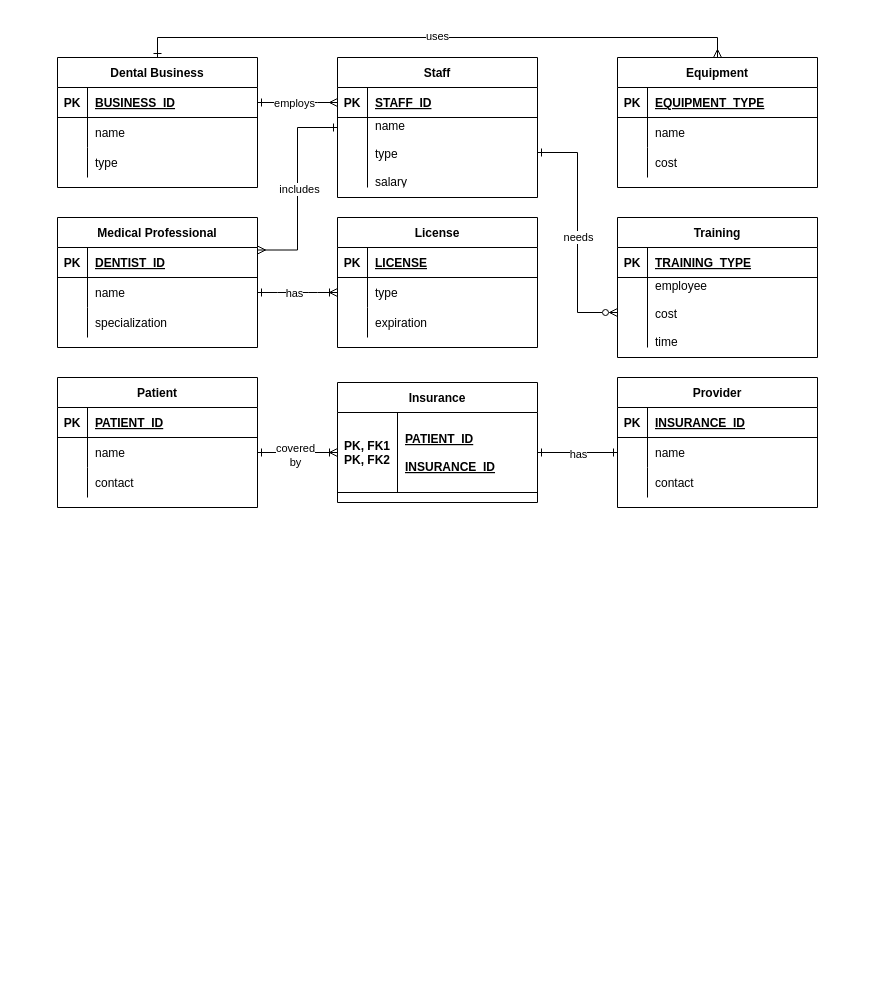
Above: hw1.drawio in khiro-ptera/cs585 (draw.io), before the change. Source tidied: cells renumbered, new cells numbered last; positions are measured from the earlier drawing's top-left corner, leaving out a move shared by most shapes. Both pictures are drawn from the tidied source at 100%, with x=0, y=0 at pixel (57, 57).
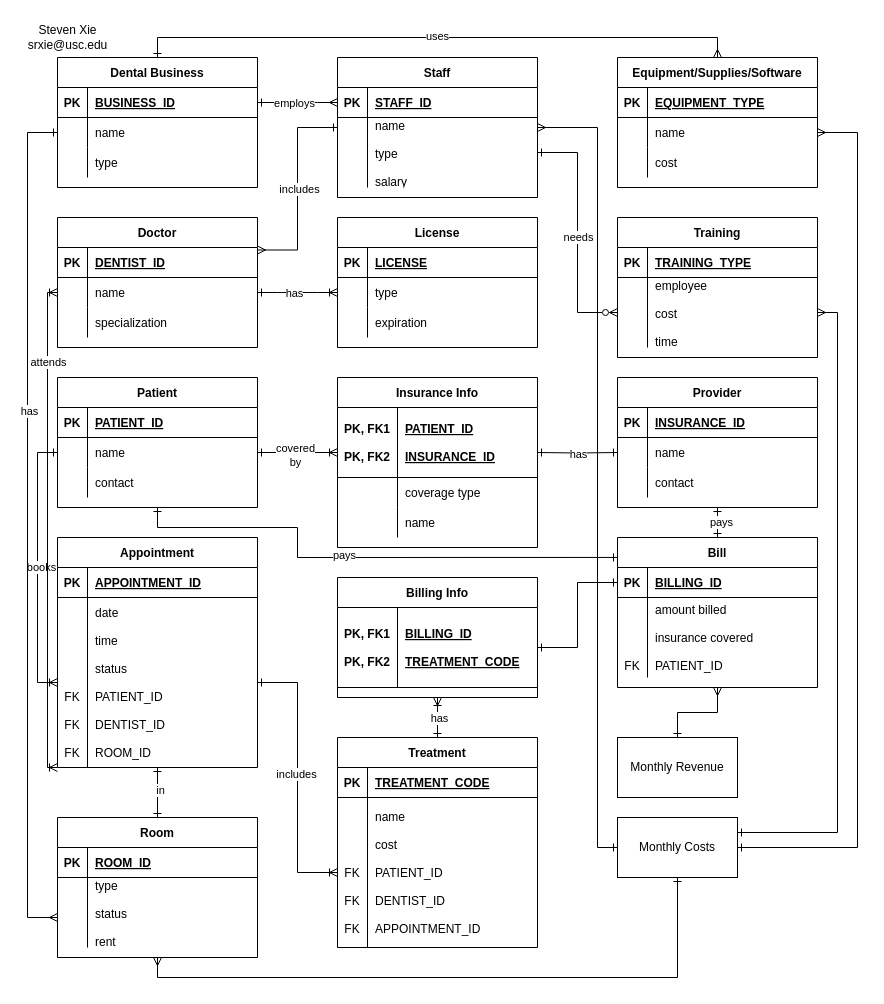
The same page after the edit.

Unchanged cells that the change refers to:
```xml
<mxCell id="8" value="Staff" style="shape=table;startSize=30;childLayout=tableLayout;rowLines=0;fontStyle=1;align=center;" parent="1" vertex="1">
  <mxGeometry x="280" width="200" height="140" as="geometry" />
</mxCell>
<mxCell id="31" style="shape=partialRectangle;fillColor=none;points=[[0,0.5],[1,0.5]];portConstraint=eastwest;top=0;left=0;right=0;bottom=0;" parent="27" vertex="1">
  <mxGeometry y="60" width="200" height="30" as="geometry" />
</mxCell>
<mxCell id="41" style="shape=partialRectangle;fillColor=none;points=[[0,0.5],[1,0.5]];portConstraint=eastwest;top=0;left=0;right=0;bottom=0;" parent="37" vertex="1">
  <mxGeometry y="60" width="200" height="30" as="geometry" />
</mxCell>
<mxCell id="52" style="shape=partialRectangle;fillColor=none;points=[[0,0.5],[1,0.5]];portConstraint=eastwest;top=0;left=0;right=0;bottom=0;" parent="48" vertex="1">
  <mxGeometry y="60" width="200" height="30" as="geometry" />
</mxCell>
<mxCell id="62" style="shape=partialRectangle;fillColor=none;points=[[0,0.5],[1,0.5]];portConstraint=eastwest;top=0;left=0;right=0;bottom=0;" parent="58" vertex="1">
  <mxGeometry y="60" width="200" height="70" as="geometry" />
</mxCell>
<mxCell id="67" value="Patient" style="shape=table;startSize=30;childLayout=tableLayout;rowLines=0;fontStyle=1;align=center;" parent="1" vertex="1">
  <mxGeometry y="320" width="200" height="130" as="geometry" />
</mxCell>
<mxCell id="71" style="shape=partialRectangle;fillColor=none;points=[[0,0.5],[1,0.5]];portConstraint=eastwest;top=0;left=0;right=0;bottom=0;" parent="67" vertex="1">
  <mxGeometry y="60" width="200" height="30" as="geometry" />
</mxCell>
<mxCell id="83" value="Provider" style="shape=table;startSize=30;childLayout=tableLayout;rowLines=0;fontStyle=1;align=center;" parent="1" vertex="1">
  <mxGeometry x="560" y="320" width="200" height="130" as="geometry" />
</mxCell>
<mxCell id="87" style="shape=partialRectangle;fillColor=none;points=[[0,0.5],[1,0.5]];portConstraint=eastwest;top=0;left=0;right=0;bottom=0;" parent="83" vertex="1">
  <mxGeometry y="60" width="200" height="30" as="geometry" />
</mxCell>
```

What changed in the source:
```diff
@@
+    <mxCell id="95" style="edgeStyle=orthogonalEdgeStyle;rounded=0;jettySize=auto;html=1;entryX=0;entryY=0.5;entryDx=0;entryDy=0;endArrow=ERone;endFill=0;startArrow=ERmany;startFill=0;" parent="1" edge="1" source="8" target="157">
+      <mxGeometry relative="1" as="geometry">
+        <Array as="points">
+          <mxPoint x="540" y="70" />
+          <mxPoint x="540" y="790" />
+        </Array>
+      </mxGeometry>
+    </mxCell>
@@
-    <mxCell id="37" value="Medical Professional" style="shape=table;startSize=30;childLayout=tableLayout;rowLines=0;fontStyle=1;align=center;" parent="1" vertex="1">
+    <mxCell id="37" value="Doctor" style="shape=table;startSize=30;childLayout=tableLayout;rowLines=0;fontStyle=1;align=center;" parent="1" vertex="1">
       <mxGeometry y="160" width="200" height="130" as="geometry" />
     </mxCell>
@@
-    <mxCell id="48" value="Equipment" style="shape=table;startSize=30;childLayout=tableLayout;rowLines=0;fontStyle=1;align=center;" parent="1" vertex="1">
+    <mxCell id="48" value="Equipment/Supplies/Software" style="shape=table;startSize=30;childLayout=tableLayout;rowLines=0;fontStyle=1;align=center;" parent="1" vertex="1">
       <mxGeometry x="560" width="200" height="130" as="geometry" />
     </mxCell>
@@
-    <mxCell id="77" value="Insurance" style="shape=table;startSize=30;childLayout=tableLayout;rowLines=0;fontStyle=1;align=center;" parent="1" vertex="1">
-      <mxGeometry x="280" y="325" width="200" height="120" as="geometry" />
-    </mxCell>
-    <mxCell id="78" style="shape=partialRectangle;fillColor=none;points=[[0,0.5],[1,0.5]];portConstraint=eastwest;top=0;left=0;right=0;bottom=1;" parent="77" vertex="1">
-      <mxGeometry y="30" width="200" height="80" as="geometry" />
-    </mxCell>
-    <mxCell id="79" value="PK, FK1&#10;PK, FK2" style="shape=partialRectangle;overflow=hidden;fillColor=none;top=0;left=0;bottom=0;right=0;fontStyle=1;" parent="78" vertex="1">
-      <mxGeometry width="60" height="80" as="geometry" />
-    </mxCell>
-    <mxCell id="80" value="PATIENT_ID&#10;&#10;INSURANCE_ID" style="shape=partialRectangle;overflow=hidden;fillColor=none;top=0;left=0;bottom=0;right=0;align=left;spacingLeft=6;fontStyle=5;" parent="78" vertex="1">
-      <mxGeometry x="60" width="140" height="80" as="geometry" />
-    </mxCell>
-    <mxCell id="81" style="edgeStyle=orthogonalEdgeStyle;rounded=0;jettySize=auto;html=1;exitX=1;exitY=0.5;exitDx=0;exitDy=0;entryX=0;entryY=0.5;entryDx=0;entryDy=0;endArrow=ERoneToMany;endFill=0;startArrow=ERone;startFill=0;" parent="1" edge="1" source="71" target="78">
-      <mxGeometry relative="1" as="geometry" />
+    <mxCell id="81" style="edgeStyle=orthogonalEdgeStyle;rounded=0;jettySize=auto;html=1;exitX=1;exitY=0.5;exitDx=0;exitDy=0;entryX=0;entryY=0.5;entryDx=0;entryDy=0;endArrow=ERoneToMany;endFill=0;startArrow=ERone;startFill=0;" parent="1" edge="1" source="71">
+      <mxGeometry relative="1" as="geometry">
+        <mxPoint x="280" y="395" as="targetPoint" />
+      </mxGeometry>
     </mxCell>
@@
-    <mxCell id="93" style="edgeStyle=orthogonalEdgeStyle;rounded=0;jettySize=auto;html=1;exitX=1;exitY=0.5;exitDx=0;exitDy=0;entryX=0;entryY=0.5;entryDx=0;entryDy=0;endArrow=ERone;endFill=0;startArrow=ERone;startFill=0;" parent="1" edge="1" source="78" target="87">
-      <mxGeometry relative="1" as="geometry" />
+    <mxCell id="93" style="edgeStyle=orthogonalEdgeStyle;rounded=0;jettySize=auto;html=1;exitX=1;exitY=0.5;exitDx=0;exitDy=0;entryX=0;entryY=0.5;entryDx=0;entryDy=0;endArrow=ERone;endFill=0;startArrow=ERone;startFill=0;" parent="1" edge="1" target="87">
+      <mxGeometry relative="1" as="geometry">
+        <mxPoint x="480" y="395" as="sourcePoint" />
+      </mxGeometry>
     </mxCell>
@@
+    <mxCell id="96" style="edgeStyle=orthogonalEdgeStyle;rounded=0;jettySize=auto;html=1;exitX=0.5;exitY=0;exitDx=0;exitDy=0;entryX=0.5;entryY=1;entryDx=0;entryDy=0;startArrow=ERone;startFill=0;endArrow=ERone;endFill=0;" parent="1" edge="1" source="101" target="83">
+      <mxGeometry relative="1" as="geometry" />
+    </mxCell>
+    <mxCell id="97" value="pays" style="edgeLabel;html=1;align=center;verticalAlign=middle;" parent="96" vertex="1">
+      <mxGeometry x="0.08" y="-3" relative="1" as="geometry" />
+    </mxCell>
+    <mxCell id="98" style="edgeStyle=orthogonalEdgeStyle;rounded=0;jettySize=auto;html=1;exitX=0;exitY=0.133;exitDx=0;exitDy=0;entryX=0.5;entryY=1;entryDx=0;entryDy=0;startArrow=ERone;startFill=0;endArrow=ERone;endFill=0;exitPerimeter=0;" parent="1" edge="1" source="101" target="67">
+      <mxGeometry relative="1" as="geometry">
+        <Array as="points">
+          <mxPoint x="240" y="500" />
+          <mxPoint x="240" y="470" />
+          <mxPoint x="100" y="470" />
+        </Array>
+      </mxGeometry>
+    </mxCell>
+    <mxCell id="99" value="pays" style="edgeLabel;html=1;align=center;verticalAlign=middle;" parent="98" vertex="1">
+      <mxGeometry x="0.07" y="-2" relative="1" as="geometry" />
+    </mxCell>
+    <mxCell id="100" style="edgeStyle=orthogonalEdgeStyle;rounded=0;jettySize=auto;html=1;exitX=0.5;exitY=1;exitDx=0;exitDy=0;entryX=0.5;entryY=0;entryDx=0;entryDy=0;endArrow=ERone;endFill=0;startArrow=ERmany;startFill=0;" parent="1" edge="1" source="101" target="156">
+      <mxGeometry relative="1" as="geometry" />
+    </mxCell>
+    <mxCell id="101" value="Bill" style="shape=table;startSize=30;childLayout=tableLayout;rowLines=0;fontStyle=1;align=center;" parent="1" vertex="1">
+      <mxGeometry x="560" y="480" width="200" height="150" as="geometry" />
+    </mxCell>
+    <mxCell id="102" style="shape=partialRectangle;fillColor=none;points=[[0,0.5],[1,0.5]];portConstraint=eastwest;top=0;left=0;right=0;bottom=1;" parent="101" vertex="1">
+      <mxGeometry y="30" width="200" height="30" as="geometry" />
+    </mxCell>
+    <mxCell id="103" value="PK" style="shape=partialRectangle;overflow=hidden;fillColor=none;top=0;left=0;bottom=0;right=0;fontStyle=1;" parent="102" vertex="1">
+      <mxGeometry width="30" height="30" as="geometry" />
+    </mxCell>
+    <mxCell id="104" value="BILLING_ID" style="shape=partialRectangle;overflow=hidden;fillColor=none;top=0;left=0;bottom=0;right=0;align=left;spacingLeft=6;fontStyle=5;" parent="102" vertex="1">
+      <mxGeometry x="30" width="170" height="30" as="geometry" />
+    </mxCell>
+    <mxCell id="105" style="shape=partialRectangle;fillColor=none;top=0;left=0;right=0;bottom=0;" parent="101" vertex="1">
+      <mxGeometry y="60" width="200" height="80" as="geometry" />
+    </mxCell>
+    <mxCell id="106" value="&#10;&#10;&#10;&#10;FK" style="shape=partialRectangle;overflow=hidden;fillColor=none;top=0;left=0;bottom=0;right=0;" parent="105" vertex="1">
+      <mxGeometry width="30" height="80" as="geometry" />
+    </mxCell>
+    <mxCell id="107" value="amount billed&#10;&#10;insurance covered&#10;&#10;PATIENT_ID" style="shape=partialRectangle;overflow=hidden;fillColor=none;top=0;left=0;bottom=0;right=0;align=left;spacingLeft=6;" parent="105" vertex="1">
+      <mxGeometry x="30" width="170" height="80" as="geometry" />
+    </mxCell>
+    <mxCell id="108" value="Billing Info" style="shape=table;startSize=30;childLayout=tableLayout;rowLines=0;fontStyle=1;align=center;" parent="1" vertex="1">
+      <mxGeometry x="280" y="520" width="200" height="120" as="geometry" />
+    </mxCell>
+    <mxCell id="78" style="shape=partialRectangle;fillColor=none;points=[[0,0.5],[1,0.5]];portConstraint=eastwest;top=0;left=0;right=0;bottom=1;" parent="108" vertex="1">
+      <mxGeometry y="30" width="200" height="80" as="geometry" />
+    </mxCell>
+    <mxCell id="109" value="PK, FK1&#10;&#10;PK, FK2" style="shape=partialRectangle;overflow=hidden;fillColor=none;top=0;left=0;bottom=0;right=0;fontStyle=1;" parent="78" vertex="1">
+      <mxGeometry width="60" height="80" as="geometry" />
+    </mxCell>
+    <mxCell id="110" value="BILLING_ID&#10;&#10;TREATMENT_CODE" style="shape=partialRectangle;overflow=hidden;fillColor=none;top=0;left=0;bottom=0;right=0;align=left;spacingLeft=6;fontStyle=5;" parent="78" vertex="1">
+      <mxGeometry x="60" width="140" height="80" as="geometry" />
+    </mxCell>
+    <mxCell id="111" style="edgeStyle=orthogonalEdgeStyle;rounded=0;jettySize=auto;html=1;exitX=1;exitY=0.5;exitDx=0;exitDy=0;endArrow=ERone;endFill=0;startArrow=ERone;startFill=0;" parent="1" edge="1" source="78" target="102">
+      <mxGeometry relative="1" as="geometry" />
+    </mxCell>
+    <mxCell id="112" style="edgeStyle=orthogonalEdgeStyle;rounded=0;jettySize=auto;html=1;entryX=0.5;entryY=0;entryDx=0;entryDy=0;endArrow=ERone;endFill=0;startArrow=ERone;startFill=0;" parent="1" edge="1" source="114" target="126">
+      <mxGeometry relative="1" as="geometry" />
+    </mxCell>
+    <mxCell id="113" value="in" style="edgeLabel;html=1;align=center;verticalAlign=middle;" parent="112" vertex="1">
+      <mxGeometry x="-0.12" y="2" relative="1" as="geometry" />
+    </mxCell>
+    <mxCell id="114" value="Appointment" style="shape=table;startSize=30;childLayout=tableLayout;rowLines=0;fontStyle=1;align=center;" parent="1" vertex="1">
+      <mxGeometry y="480" width="200" height="230" as="geometry" />
+    </mxCell>
+    <mxCell id="115" style="shape=partialRectangle;fillColor=none;top=0;left=0;right=0;bottom=1;" parent="114" vertex="1">
+      <mxGeometry y="30" width="200" height="30" as="geometry" />
+    </mxCell>
+    <mxCell id="116" value="PK" style="shape=partialRectangle;overflow=hidden;fillColor=none;top=0;left=0;bottom=0;right=0;fontStyle=1;" parent="115" vertex="1">
+      <mxGeometry width="30" height="30" as="geometry" />
+    </mxCell>
+    <mxCell id="117" value="APPOINTMENT_ID" style="shape=partialRectangle;overflow=hidden;fillColor=none;top=0;left=0;bottom=0;right=0;align=left;spacingLeft=6;fontStyle=5;" parent="115" vertex="1">
+      <mxGeometry x="30" width="170" height="30" as="geometry" />
+    </mxCell>
+    <mxCell id="118" style="shape=partialRectangle;fillColor=none;points=[[0,0.5],[1,0.5]];portConstraint=eastwest;top=0;left=0;right=0;bottom=0;" parent="114" vertex="1">
+      <mxGeometry y="60" width="200" height="170" as="geometry" />
+    </mxCell>
+    <mxCell id="119" value="&#10;&#10;&#10;&#10;&#10;&#10;FK&#10;&#10;FK&#10;&#10;FK" style="shape=partialRectangle;overflow=hidden;fillColor=none;top=0;left=0;bottom=0;right=0;" parent="118" vertex="1">
+      <mxGeometry width="30" height="170" as="geometry" />
+    </mxCell>
+    <mxCell id="120" value="date&#10;&#10;time&#10;&#10;status&#10;&#10;PATIENT_ID&#10;&#10;DENTIST_ID&#10;&#10;ROOM_ID" style="shape=partialRectangle;overflow=hidden;fillColor=none;top=0;left=0;bottom=0;right=0;align=left;spacingLeft=6;" parent="118" vertex="1">
+      <mxGeometry x="30" width="170" height="170" as="geometry" />
+    </mxCell>
+    <mxCell id="121" style="edgeStyle=orthogonalEdgeStyle;rounded=0;jettySize=auto;html=1;exitX=0;exitY=0.5;exitDx=0;exitDy=0;entryX=0;entryY=0.5;entryDx=0;entryDy=0;endArrow=ERoneToMany;endFill=0;startArrow=ERone;startFill=0;" parent="1" edge="1" source="71" target="118">
+      <mxGeometry relative="1" as="geometry" />
+    </mxCell>
+    <mxCell id="122" value="books" style="edgeLabel;html=1;align=center;verticalAlign=middle;" parent="121" vertex="1">
+      <mxGeometry x="-0.01" y="3" relative="1" as="geometry" />
+    </mxCell>
+    <mxCell id="123" style="edgeStyle=orthogonalEdgeStyle;rounded=0;jettySize=auto;html=1;exitX=0;exitY=0.5;exitDx=0;exitDy=0;entryX=0;entryY=0.571;entryDx=0;entryDy=0;endArrow=ERmany;endFill=0;startArrow=ERone;startFill=0;entryPerimeter=0;" parent="1" edge="1" source="31" target="130">
+      <mxGeometry relative="1" as="geometry">
+        <Array as="points">
+          <mxPoint x="-30" y="75" />
+          <mxPoint x="-30" y="860" />
+        </Array>
+      </mxGeometry>
+    </mxCell>
+    <mxCell id="124" value="has" style="edgeLabel;html=1;align=center;verticalAlign=middle;" parent="123" vertex="1">
+      <mxGeometry x="-0.27" y="1" relative="1" as="geometry" />
+    </mxCell>
+    <mxCell id="125" style="edgeStyle=orthogonalEdgeStyle;rounded=0;jettySize=auto;html=1;exitX=0.5;exitY=1;exitDx=0;exitDy=0;entryX=0.5;entryY=1;entryDx=0;entryDy=0;endArrow=ERone;endFill=0;startArrow=ERmany;startFill=0;" parent="1" edge="1" source="126" target="157">
+      <mxGeometry relative="1" as="geometry" />
+    </mxCell>
+    <mxCell id="126" value="Room" style="shape=table;startSize=30;childLayout=tableLayout;rowLines=0;fontStyle=1;align=center;" parent="1" vertex="1">
+      <mxGeometry y="760" width="200" height="140" as="geometry" />
+    </mxCell>
+    <mxCell id="127" style="shape=partialRectangle;fillColor=none;top=0;left=0;right=0;bottom=1;" parent="126" vertex="1">
+      <mxGeometry y="30" width="200" height="30" as="geometry" />
+    </mxCell>
+    <mxCell id="128" value="PK" style="shape=partialRectangle;overflow=hidden;fillColor=none;top=0;left=0;bottom=0;right=0;fontStyle=1;" parent="127" vertex="1">
+      <mxGeometry width="30" height="30" as="geometry" />
+    </mxCell>
+    <mxCell id="129" value="ROOM_ID" style="shape=partialRectangle;overflow=hidden;fillColor=none;top=0;left=0;bottom=0;right=0;align=left;spacingLeft=6;fontStyle=5;" parent="127" vertex="1">
+      <mxGeometry x="30" width="170" height="30" as="geometry" />
+    </mxCell>
+    <mxCell id="130" style="shape=partialRectangle;fillColor=none;points=[[0,0.5],[1,0.5]];portConstraint=eastwest;top=0;left=0;right=0;bottom=0;" parent="126" vertex="1">
+      <mxGeometry y="60" width="200" height="70" as="geometry" />
+    </mxCell>
+    <mxCell id="131" style="shape=partialRectangle;overflow=hidden;fillColor=none;top=0;left=0;bottom=0;right=0;" parent="130" vertex="1">
+      <mxGeometry width="30" height="70" as="geometry" />
+    </mxCell>
+    <mxCell id="132" value="type&#10;&#10;status&#10;&#10;rent" style="shape=partialRectangle;overflow=hidden;fillColor=none;top=0;left=0;bottom=0;right=0;align=left;spacingLeft=6;" parent="130" vertex="1">
+      <mxGeometry x="30" width="170" height="70" as="geometry" />
+    </mxCell>
+    <mxCell id="133" style="edgeStyle=orthogonalEdgeStyle;rounded=0;jettySize=auto;html=1;exitX=0;exitY=0.5;exitDx=0;exitDy=0;entryX=0;entryY=1;entryDx=0;entryDy=0;entryPerimeter=0;startArrow=ERoneToMany;startFill=0;endArrow=ERoneToMany;endFill=0;" parent="1" edge="1" source="41" target="118">
+      <mxGeometry relative="1" as="geometry">
+        <Array as="points">
+          <mxPoint x="-10" y="235" />
+          <mxPoint x="-10" y="710" />
+        </Array>
+      </mxGeometry>
+    </mxCell>
+    <mxCell id="134" value="attends" style="edgeLabel;html=1;align=center;verticalAlign=middle;" parent="133" vertex="1">
+      <mxGeometry x="-0.68" relative="1" as="geometry" />
+    </mxCell>
+    <mxCell id="135" style="edgeStyle=orthogonalEdgeStyle;rounded=0;jettySize=auto;html=1;exitX=0.5;exitY=0;exitDx=0;exitDy=0;entryX=0.5;entryY=1;entryDx=0;entryDy=0;startArrow=ERone;startFill=0;endArrow=ERoneToMany;endFill=0;" parent="1" edge="1" source="137" target="108">
+      <mxGeometry relative="1" as="geometry" />
+    </mxCell>
+    <mxCell id="136" value="has" style="edgeLabel;html=1;align=center;verticalAlign=middle;" parent="135" vertex="1">
+      <mxGeometry x="-0.01" y="-1" relative="1" as="geometry" />
+    </mxCell>
+    <mxCell id="137" value="Treatment" style="shape=table;startSize=30;childLayout=tableLayout;rowLines=0;fontStyle=1;align=center;" parent="1" vertex="1">
+      <mxGeometry x="280" y="680" width="200" height="210" as="geometry" />
+    </mxCell>
+    <mxCell id="138" style="shape=partialRectangle;fillColor=none;top=0;left=0;right=0;bottom=1;" parent="137" vertex="1">
+      <mxGeometry y="30" width="200" height="30" as="geometry" />
+    </mxCell>
+    <mxCell id="139" value="PK" style="shape=partialRectangle;overflow=hidden;fillColor=none;top=0;left=0;bottom=0;right=0;fontStyle=1;" parent="138" vertex="1">
+      <mxGeometry width="30" height="30" as="geometry" />
+    </mxCell>
+    <mxCell id="140" value="TREATMENT_CODE" style="shape=partialRectangle;overflow=hidden;fillColor=none;top=0;left=0;bottom=0;right=0;align=left;spacingLeft=6;fontStyle=5;" parent="138" vertex="1">
+      <mxGeometry x="30" width="170" height="30" as="geometry" />
+    </mxCell>
+    <mxCell id="141" style="shape=partialRectangle;fillColor=none;points=[[0,0.5],[1,0.5]];portConstraint=eastwest;top=0;left=0;right=0;bottom=0;" parent="137" vertex="1">
+      <mxGeometry y="60" width="200" height="150" as="geometry" />
+    </mxCell>
+    <mxCell id="142" value="&#10;&#10;&#10;&#10;FK&#10;&#10;FK&#10;&#10;FK" style="shape=partialRectangle;overflow=hidden;fillColor=none;top=0;left=0;bottom=0;right=0;" parent="141" vertex="1">
+      <mxGeometry width="30" height="150" as="geometry" />
+    </mxCell>
+    <mxCell id="143" value="name&#10;&#10;cost&#10;&#10;PATIENT_ID&#10;&#10;DENTIST_ID&#10;&#10;APPOINTMENT_ID" style="shape=partialRectangle;overflow=hidden;fillColor=none;top=0;left=0;bottom=0;right=0;align=left;spacingLeft=6;" parent="141" vertex="1">
+      <mxGeometry x="30" width="170" height="150" as="geometry" />
+    </mxCell>
+    <mxCell id="144" style="edgeStyle=orthogonalEdgeStyle;rounded=0;jettySize=auto;html=1;exitX=1;exitY=0.5;exitDx=0;exitDy=0;endArrow=ERoneToMany;endFill=0;startArrow=ERone;startFill=0;" parent="1" edge="1" source="118" target="141">
+      <mxGeometry relative="1" as="geometry" />
+    </mxCell>
+    <mxCell id="145" value="includes" style="edgeLabel;html=1;align=center;verticalAlign=middle;" parent="144" vertex="1">
+      <mxGeometry x="-0.03" y="-2" relative="1" as="geometry" />
+    </mxCell>
+    <mxCell id="146" value="Steven Xie&lt;div&gt;srxie@usc.edu&lt;/div&gt;" style="text;html=1;align=center;verticalAlign=middle;strokeColor=none;fillColor=none;" parent="1" vertex="1">
+      <mxGeometry x="-40" y="-40" width="100" height="40" as="geometry" />
+    </mxCell>
+    <mxCell id="147" value="Insurance Info" style="shape=table;startSize=30;childLayout=tableLayout;rowLines=0;fontStyle=1;align=center;" parent="1" vertex="1">
+      <mxGeometry x="280" y="320" width="200" height="170" as="geometry" />
+    </mxCell>
+    <mxCell id="148" style="shape=partialRectangle;fillColor=none;top=0;left=0;right=0;bottom=1;" parent="147" vertex="1">
+      <mxGeometry y="30" width="200" height="70" as="geometry" />
+    </mxCell>
+    <mxCell id="149" value="PK, FK1&#10;&#10;PK, FK2" style="shape=partialRectangle;overflow=hidden;fillColor=none;top=0;left=0;bottom=0;right=0;fontStyle=1;" parent="148" vertex="1">
+      <mxGeometry width="60" height="70" as="geometry" />
+    </mxCell>
+    <mxCell id="80" value="PATIENT_ID&#10;&#10;INSURANCE_ID" style="shape=partialRectangle;overflow=hidden;fillColor=none;top=0;left=0;bottom=0;right=0;align=left;spacingLeft=6;fontStyle=5;" parent="148" vertex="1">
+      <mxGeometry x="60" width="140" height="70" as="geometry" />
+    </mxCell>
+    <mxCell id="150" style="shape=partialRectangle;fillColor=none;top=0;left=0;right=0;bottom=0;" parent="147" vertex="1">
+      <mxGeometry y="100" width="200" height="30" as="geometry" />
+    </mxCell>
+    <mxCell id="151" style="shape=partialRectangle;overflow=hidden;fillColor=none;top=0;left=0;bottom=0;right=0;" parent="150" vertex="1">
+      <mxGeometry width="60" height="30" as="geometry" />
+    </mxCell>
+    <mxCell id="152" value="coverage type" style="shape=partialRectangle;overflow=hidden;fillColor=none;top=0;left=0;bottom=0;right=0;align=left;spacingLeft=6;" parent="150" vertex="1">
+      <mxGeometry x="60" width="140" height="30" as="geometry" />
+    </mxCell>
+    <mxCell id="153" style="shape=partialRectangle;fillColor=none;top=0;left=0;right=0;bottom=0;" parent="147" vertex="1">
+      <mxGeometry y="130" width="200" height="30" as="geometry" />
+    </mxCell>
+    <mxCell id="154" style="shape=partialRectangle;overflow=hidden;fillColor=none;top=0;left=0;bottom=0;right=0;" parent="153" vertex="1">
+      <mxGeometry width="60" height="30" as="geometry" />
+    </mxCell>
+    <mxCell id="155" value="name" style="shape=partialRectangle;overflow=hidden;fillColor=none;top=0;left=0;bottom=0;right=0;align=left;spacingLeft=6;" parent="153" vertex="1">
+      <mxGeometry x="60" width="140" height="30" as="geometry" />
+    </mxCell>
+    <mxCell id="156" value="Monthly Revenue" style="rounded=0;whiteSpace=wrap;html=1;" parent="1" vertex="1">
+      <mxGeometry x="560" y="680" width="120" height="60" as="geometry" />
+    </mxCell>
+    <mxCell id="157" value="Monthly Costs" style="rounded=0;whiteSpace=wrap;html=1;" parent="1" vertex="1">
+      <mxGeometry x="560" y="760" width="120" height="60" as="geometry" />
+    </mxCell>
+    <mxCell id="158" style="edgeStyle=orthogonalEdgeStyle;rounded=0;jettySize=auto;html=1;exitX=1;exitY=0.5;exitDx=0;exitDy=0;entryX=1;entryY=0.25;entryDx=0;entryDy=0;endArrow=ERone;endFill=0;startArrow=ERmany;startFill=0;" parent="1" edge="1" source="62" target="157">
+      <mxGeometry relative="1" as="geometry" />
+    </mxCell>
+    <mxCell id="159" style="edgeStyle=orthogonalEdgeStyle;rounded=0;jettySize=auto;html=1;exitX=1;exitY=0.5;exitDx=0;exitDy=0;entryX=1;entryY=0.5;entryDx=0;entryDy=0;endArrow=ERone;endFill=0;startArrow=ERmany;startFill=0;" parent="1" edge="1" source="52" target="157">
+      <mxGeometry relative="1" as="geometry">
+        <Array as="points">
+          <mxPoint x="800" y="75" />
+          <mxPoint x="800" y="790" />
+        </Array>
+      </mxGeometry>
+    </mxCell>
```
